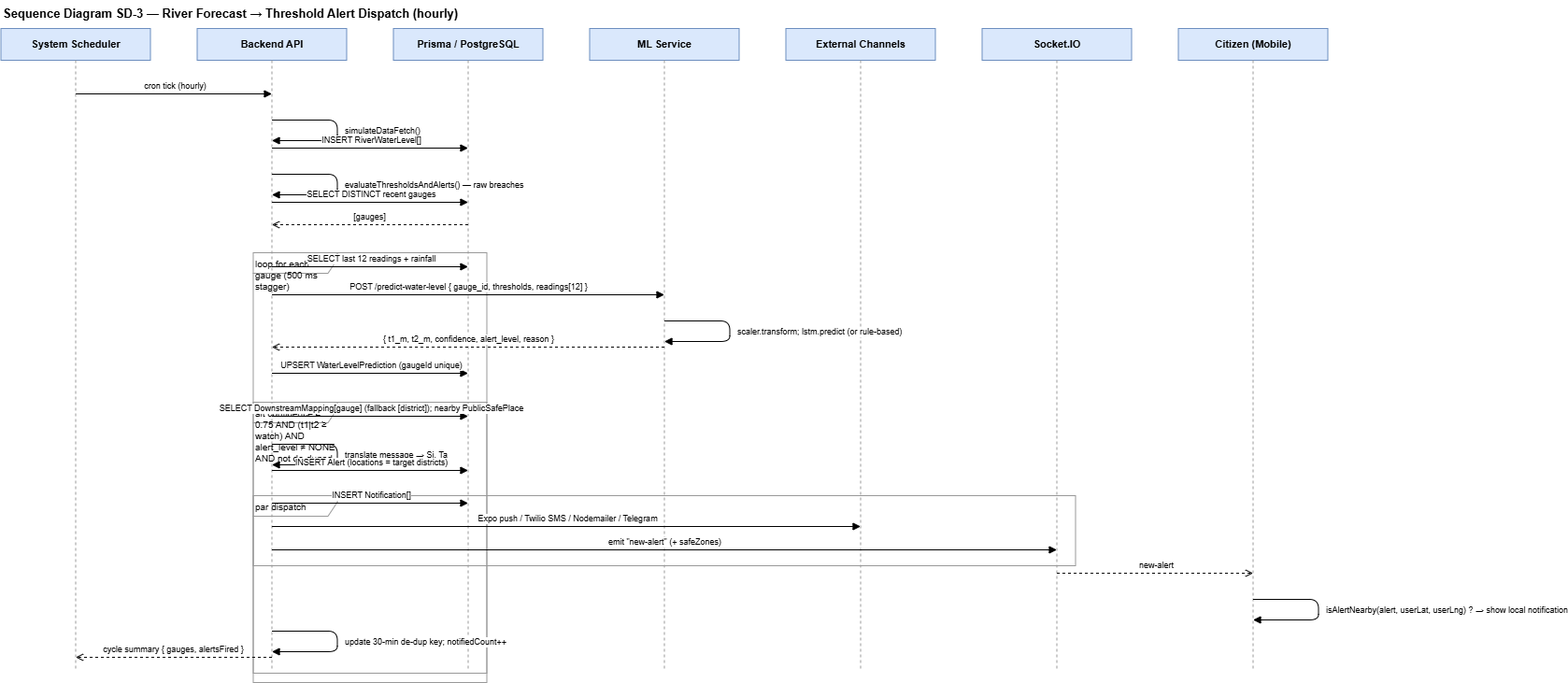
Before: research-report-source/diagrams/pngs/Sequence_SD-3_River_Forecast_Alert_Dispatch.drawio.png, a diagram exported from draw.io (DeshanDV1003/Suraksha---Web-App). Source tidied: cells renumbered, new cells last; positions are measured from the earlier drawing's top-left corner, leaving out a move shared by most shapes.
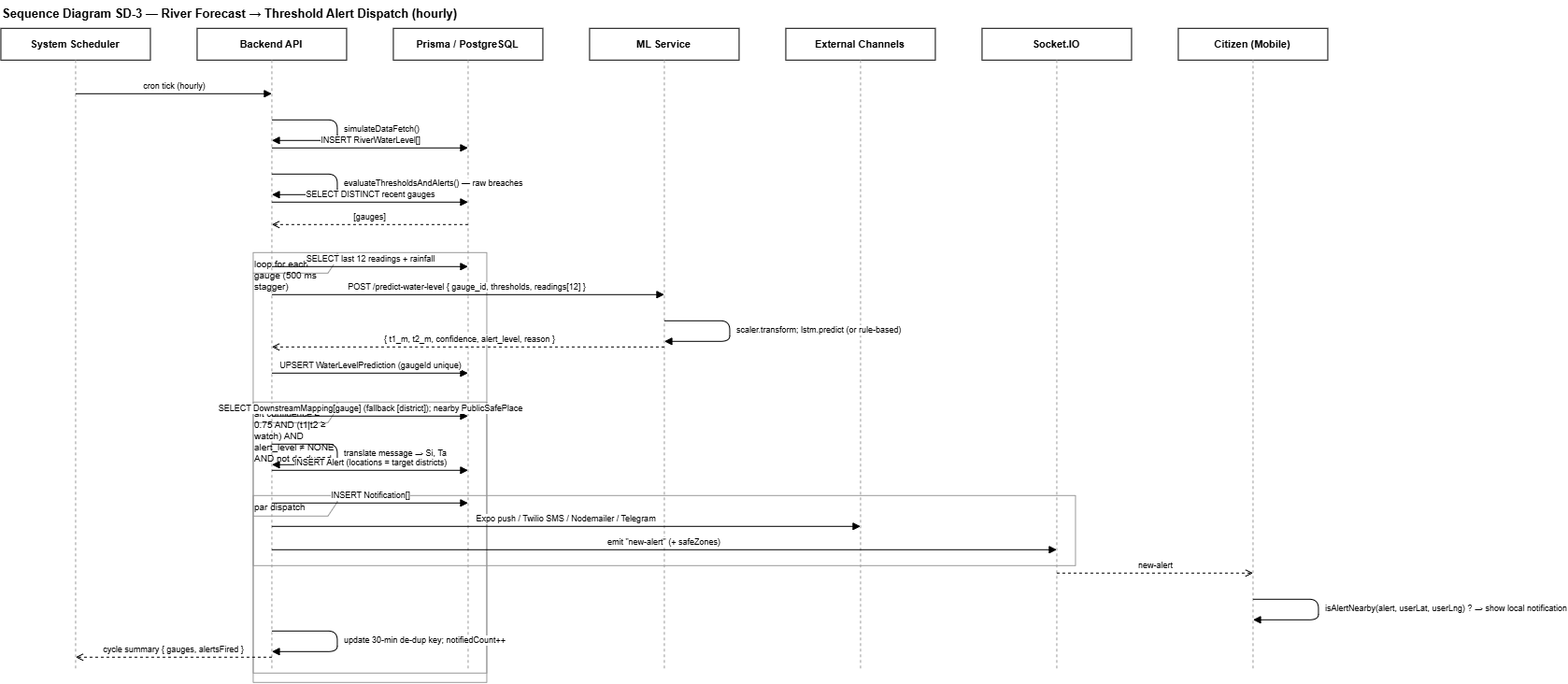
The same file after the commit.

Diff of the diagram source:
```diff
@@ -5,7 +5,7 @@
     <mxCell id="2" value="Sequence Diagram SD-3 — River Forecast → Threshold Alert Dispatch (hourly)" style="text;html=1;fontStyle=1;fontSize=13;align=left;" parent="1" vertex="1">
       <mxGeometry width="1470" height="24" as="geometry" />
     </mxCell>
-    <mxCell id="3" value="System Scheduler" style="rounded=0;whiteSpace=wrap;html=1;fillColor=#dae8fc;strokeColor=#6c8ebf;fontStyle=1;fontSize=11;" parent="1" vertex="1">
+    <mxCell id="3" value="System Scheduler" style="rounded=0;whiteSpace=wrap;html=1;fontStyle=1;fontSize=11;" parent="1" vertex="1">
       <mxGeometry y="30" width="160" height="34" as="geometry" />
     </mxCell>
     <mxCell id="4" style="endArrow=none;dashed=1;html=1;strokeColor=#999999;" parent="1" edge="1">
@@ -14,7 +14,7 @@
         <mxPoint x="80" y="715" as="targetPoint" />
       </mxGeometry>
     </mxCell>
-    <mxCell id="5" value="Backend API" style="rounded=0;whiteSpace=wrap;html=1;fillColor=#dae8fc;strokeColor=#6c8ebf;fontStyle=1;fontSize=11;" parent="1" vertex="1">
+    <mxCell id="5" value="Backend API" style="rounded=0;whiteSpace=wrap;html=1;fontStyle=1;fontSize=11;" parent="1" vertex="1">
       <mxGeometry x="210" y="30" width="160" height="34" as="geometry" />
     </mxCell>
     <mxCell id="6" style="endArrow=none;dashed=1;html=1;strokeColor=#999999;" parent="1" edge="1">
@@ -23,7 +23,7 @@
         <mxPoint x="290" y="715" as="targetPoint" />
       </mxGeometry>
     </mxCell>
-    <mxCell id="7" value="Prisma / PostgreSQL" style="rounded=0;whiteSpace=wrap;html=1;fillColor=#dae8fc;strokeColor=#6c8ebf;fontStyle=1;fontSize=11;" parent="1" vertex="1">
+    <mxCell id="7" value="Prisma / PostgreSQL" style="rounded=0;whiteSpace=wrap;html=1;fontStyle=1;fontSize=11;" parent="1" vertex="1">
       <mxGeometry x="420" y="30" width="160" height="34" as="geometry" />
     </mxCell>
     <mxCell id="8" style="endArrow=none;dashed=1;html=1;strokeColor=#999999;" parent="1" edge="1">
@@ -32,7 +32,7 @@
         <mxPoint x="500" y="715" as="targetPoint" />
       </mxGeometry>
     </mxCell>
-    <mxCell id="9" value="ML Service" style="rounded=0;whiteSpace=wrap;html=1;fillColor=#dae8fc;strokeColor=#6c8ebf;fontStyle=1;fontSize=11;" parent="1" vertex="1">
+    <mxCell id="9" value="ML Service" style="rounded=0;whiteSpace=wrap;html=1;fontStyle=1;fontSize=11;" parent="1" vertex="1">
       <mxGeometry x="630" y="30" width="160" height="34" as="geometry" />
     </mxCell>
     <mxCell id="10" style="endArrow=none;dashed=1;html=1;strokeColor=#999999;" parent="1" edge="1">
@@ -41,7 +41,7 @@
         <mxPoint x="710" y="715" as="targetPoint" />
       </mxGeometry>
     </mxCell>
-    <mxCell id="11" value="External Channels" style="rounded=0;whiteSpace=wrap;html=1;fillColor=#dae8fc;strokeColor=#6c8ebf;fontStyle=1;fontSize=11;" parent="1" vertex="1">
+    <mxCell id="11" value="External Channels" style="rounded=0;whiteSpace=wrap;html=1;fontStyle=1;fontSize=11;" parent="1" vertex="1">
       <mxGeometry x="840" y="30" width="160" height="34" as="geometry" />
     </mxCell>
     <mxCell id="12" style="endArrow=none;dashed=1;html=1;strokeColor=#999999;" parent="1" edge="1">
@@ -50,7 +50,7 @@
         <mxPoint x="920" y="715" as="targetPoint" />
       </mxGeometry>
     </mxCell>
-    <mxCell id="13" value="Socket.IO" style="rounded=0;whiteSpace=wrap;html=1;fillColor=#dae8fc;strokeColor=#6c8ebf;fontStyle=1;fontSize=11;" parent="1" vertex="1">
+    <mxCell id="13" value="Socket.IO" style="rounded=0;whiteSpace=wrap;html=1;fontStyle=1;fontSize=11;" parent="1" vertex="1">
       <mxGeometry x="1050" y="30" width="160" height="34" as="geometry" />
     </mxCell>
     <mxCell id="14" style="endArrow=none;dashed=1;html=1;strokeColor=#999999;" parent="1" edge="1">
@@ -59,7 +59,7 @@
         <mxPoint x="1130" y="715" as="targetPoint" />
       </mxGeometry>
     </mxCell>
-    <mxCell id="15" value="Citizen (Mobile)" style="rounded=0;whiteSpace=wrap;html=1;fillColor=#dae8fc;strokeColor=#6c8ebf;fontStyle=1;fontSize=11;" parent="1" vertex="1">
+    <mxCell id="15" value="Citizen (Mobile)" style="rounded=0;whiteSpace=wrap;html=1;fontStyle=1;fontSize=11;" parent="1" vertex="1">
       <mxGeometry x="1260" y="30" width="160" height="34" as="geometry" />
     </mxCell>
     <mxCell id="16" style="endArrow=none;dashed=1;html=1;strokeColor=#999999;" parent="1" edge="1">
```
